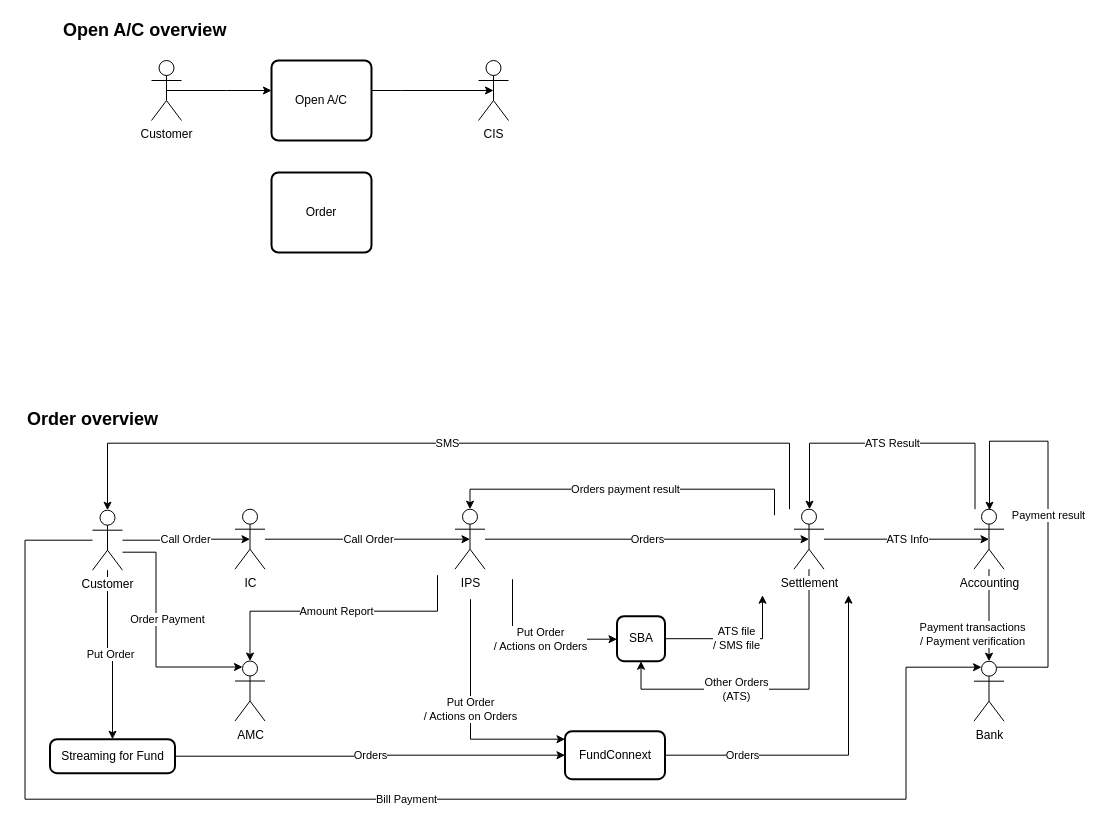
The draw.io diagram page "UT Overview" (5 of 7) of UT Diagram.drawio in peerapongdev/diagrams, before the edit. Source tidied: cells renumbered, new cells numbered last; positions are measured from the earlier drawing's top-left corner, leaving out a move shared by most shapes. Both pictures are drawn from the tidied source at 100%, with x=0, y=0 at pixel (25, 17).
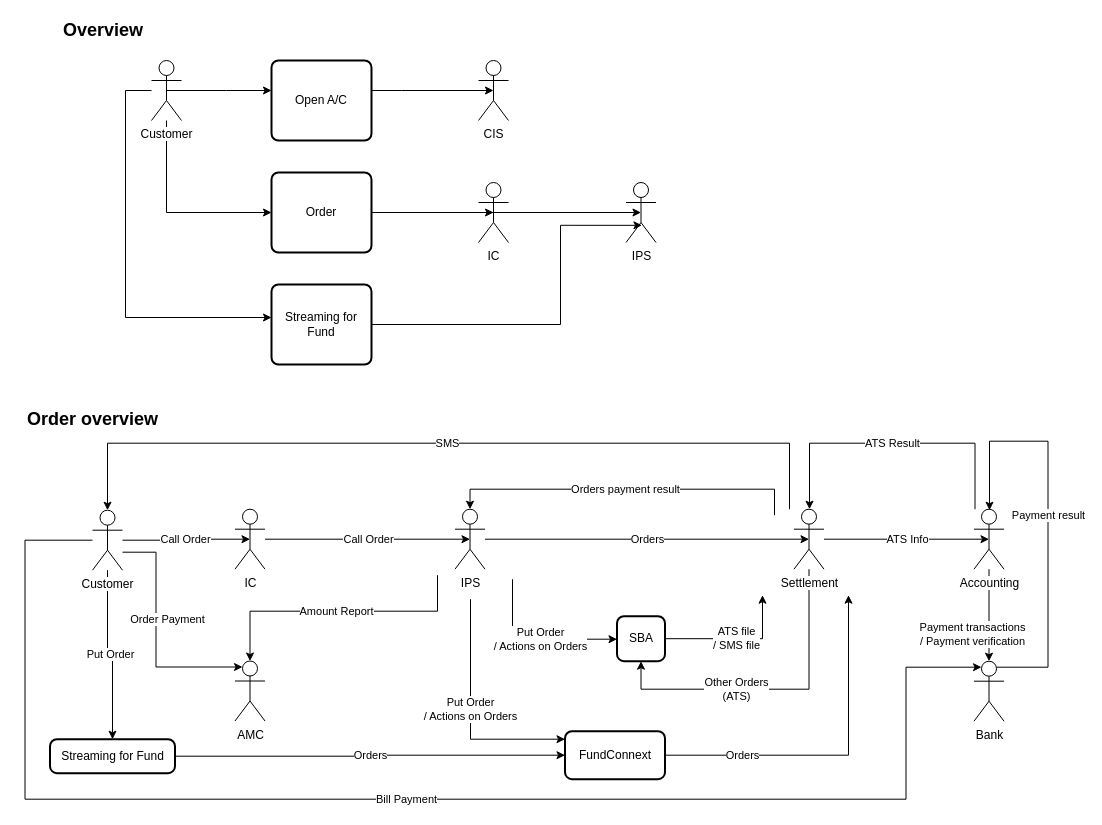
The same page after the edit.

The change refers to these unchanged cells:
```xml
<mxCell id="3" value="Customer" style="shape=umlActor;verticalLabelPosition=bottom;labelBackgroundColor=#ffffff;verticalAlign=top;html=1;fontColor=#000000;align=center;" parent="1" vertex="1">
  <mxGeometry x="126" y="43" width="30" height="60" as="geometry" />
</mxCell>
<mxCell id="38" value="Order" style="rounded=1;whiteSpace=wrap;html=1;absoluteArcSize=1;arcSize=14;strokeWidth=2;fontColor=#000000;align=center;" parent="1" vertex="1">
  <mxGeometry x="246" y="155" width="100" height="80" as="geometry" />
</mxCell>
```

Change to the diagram source:
```diff
@@
+    <mxCell id="39" style="edgeStyle=orthogonalEdgeStyle;rounded=0;jettySize=auto;html=1;startArrow=none;startFill=0;fontColor=#000000;" parent="1" edge="1" source="3" target="38">
+      <mxGeometry relative="1" as="geometry">
+        <Array as="points">
+          <mxPoint x="141" y="195" />
+        </Array>
+      </mxGeometry>
+    </mxCell>
+    <mxCell id="40" style="edgeStyle=orthogonalEdgeStyle;rounded=0;jettySize=auto;html=1;startArrow=none;startFill=0;fontColor=#000000;" parent="1" edge="1" source="3" target="45">
+      <mxGeometry relative="1" as="geometry">
+        <Array as="points">
+          <mxPoint x="100" y="73" />
+          <mxPoint x="100" y="300" />
+        </Array>
+      </mxGeometry>
+    </mxCell>
@@
-    <mxCell id="7" value="&lt;b&gt;&lt;font style=&quot;font-size: 18px&quot;&gt;Open A/C overview&lt;/font&gt;&lt;/b&gt;" style="text;html=1;align=left;verticalAlign=top;spacingTop=-4;fontColor=#000000;" parent="1" vertex="1">
-      <mxGeometry x="36" width="174" height="15" as="geometry" />
+    <mxCell id="7" value="&lt;span style=&quot;font-size: 18px&quot;&gt;&lt;b&gt;Overview&lt;/b&gt;&lt;/span&gt;" style="text;html=1;align=left;verticalAlign=top;spacingTop=-4;fontColor=#000000;" parent="1" vertex="1">
+      <mxGeometry x="36" width="90" height="15" as="geometry" />
     </mxCell>
@@
+    <mxCell id="41" style="edgeStyle=orthogonalEdgeStyle;rounded=0;jettySize=auto;html=1;entryX=0.5;entryY=0.5;entryDx=0;entryDy=0;entryPerimeter=0;startArrow=none;startFill=0;fontColor=#000000;" parent="1" edge="1" source="38" target="43">
+      <mxGeometry relative="1" as="geometry" />
+    </mxCell>
+    <mxCell id="42" style="edgeStyle=orthogonalEdgeStyle;rounded=0;jettySize=auto;html=1;entryX=0.5;entryY=0.5;entryDx=0;entryDy=0;entryPerimeter=0;startArrow=none;startFill=0;fontColor=#000000;" parent="1" edge="1" source="38" target="46">
+      <mxGeometry relative="1" as="geometry" />
+    </mxCell>
@@
+    <mxCell id="43" value="IC" style="shape=umlActor;verticalLabelPosition=bottom;labelBackgroundColor=#ffffff;verticalAlign=top;html=1;fontColor=#000000;align=center;" parent="1" vertex="1">
+      <mxGeometry x="453" y="165" width="30" height="60" as="geometry" />
+    </mxCell>
+    <mxCell id="44" style="edgeStyle=orthogonalEdgeStyle;rounded=0;jettySize=auto;html=1;entryX=0.532;entryY=0.714;entryDx=0;entryDy=0;entryPerimeter=0;startArrow=none;startFill=0;fontColor=#000000;" parent="1" edge="1" source="45" target="46">
+      <mxGeometry relative="1" as="geometry">
+        <Array as="points">
+          <mxPoint x="535" y="307" />
+          <mxPoint x="535" y="208" />
+        </Array>
+      </mxGeometry>
+    </mxCell>
+    <mxCell id="45" value="Streaming for Fund" style="rounded=1;whiteSpace=wrap;html=1;absoluteArcSize=1;arcSize=14;strokeWidth=2;fontColor=#000000;align=center;" parent="1" vertex="1">
+      <mxGeometry x="246" y="267" width="100" height="80" as="geometry" />
+    </mxCell>
+    <mxCell id="46" value="IPS" style="shape=umlActor;verticalLabelPosition=bottom;labelBackgroundColor=#ffffff;verticalAlign=top;html=1;fontColor=#000000;align=center;" parent="1" vertex="1">
+      <mxGeometry x="600.5" y="165" width="30" height="60" as="geometry" />
+    </mxCell>
```
